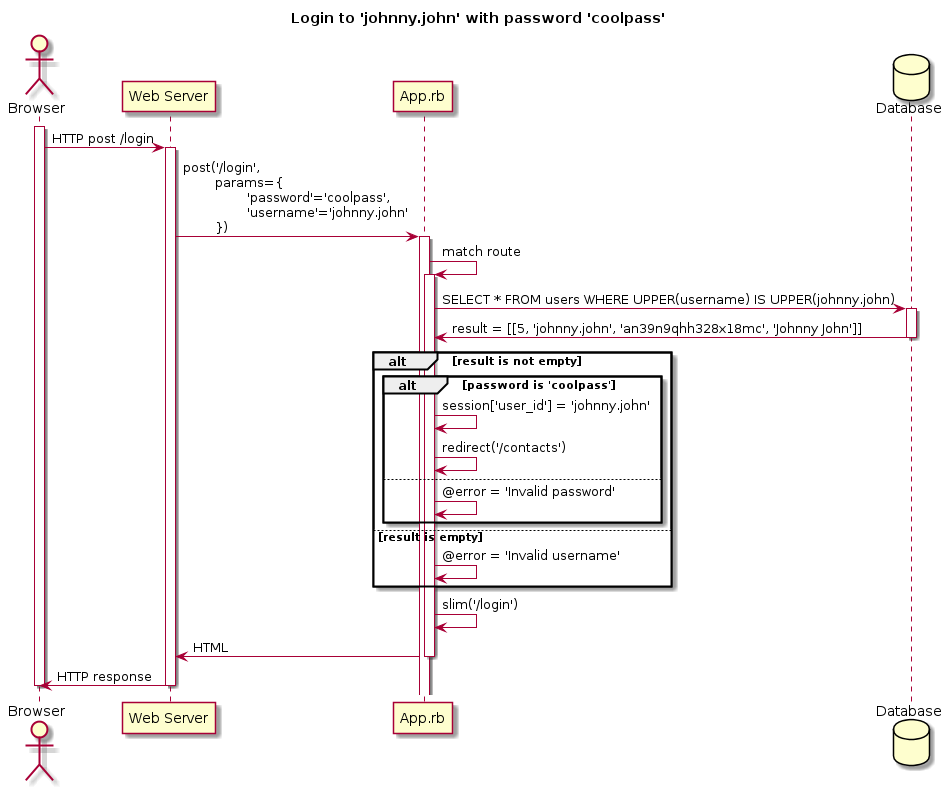
itggot-gosta-larsson/webbserver-slutprojekt keeps this PlantUML diagram as diagrams/login/login.png. Above is the earlier version. The source it was exported from:
```plantuml
@startuml login
    title Login to 'johnny.john' with password 'coolpass'

    actor Browser
    participant "Web Server"
    participant App.rb
    database Database

    activate Browser
    Browser -> "Web Server": HTTP post /login
    activate "Web Server"
    "Web Server" -> App.rb: post('/login', \n\tparams={\n\t\t'password'='coolpass', \n\t\t'username'='johnny.john'\n\t})
    activate App.rb
    App.rb -> App.rb: match route
    activate App.rb
    App.rb -> Database: SELECT * FROM users WHERE UPPER(username) IS UPPER(johnny.john)
    activate Database
    Database -> App.rb: result = [[5, 'johnny.john', 'an39n9qhh328x18mc', 'Johnny John'&#93;]
    deactivate Database
    alt result is not empty
    alt password is 'coolpass'
    App.rb -> App.rb: session['user_id'] = 'johnny.john'
    App.rb -> App.rb: redirect('/contacts')
    else
    App.rb -> App.rb: @error = 'Invalid password'
    end
    else result is empty
    App.rb -> App.rb: @error = 'Invalid username'
    end
    App.rb -> App.rb: slim('/login')
    App.rb -> "Web Server": HTML
    deactivate App.rb
    "Web Server" -> Browser: HTTP response

    deactivate "Web Server"
    deactivate Browser
@enduml
```
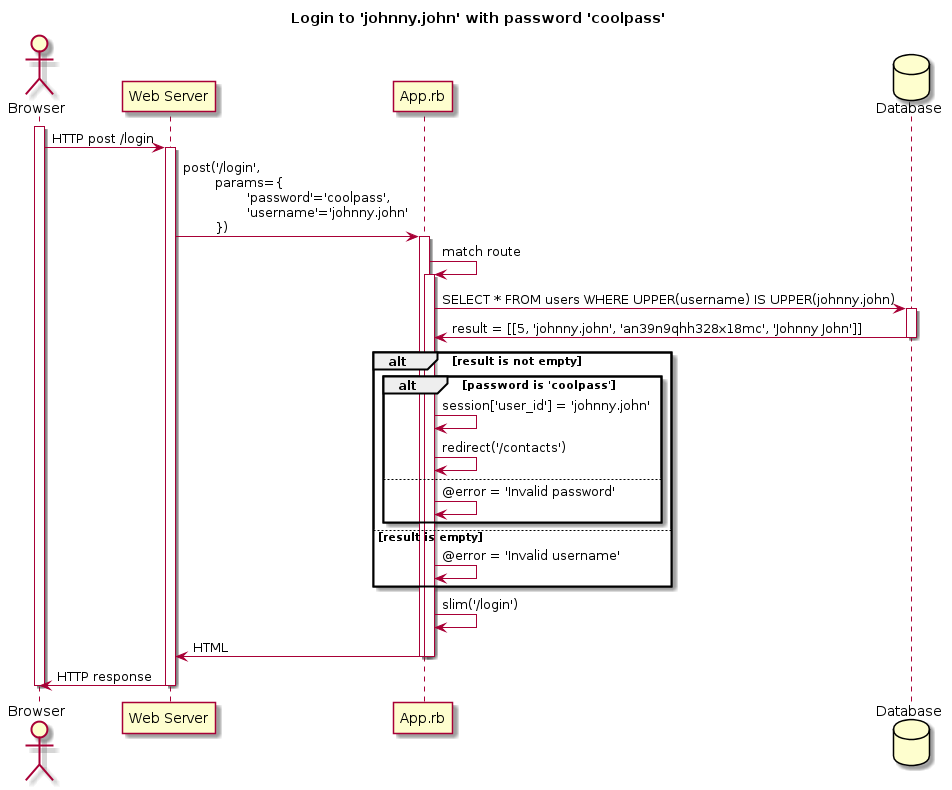
Above is the later version.

Change to the diagram source:
```diff
@@ -30,6 +30,7 @@
     App.rb -> App.rb: slim('/login')
     App.rb -> "Web Server": HTML
     deactivate App.rb
+    deactivate App.rb
     "Web Server" -> Browser: HTTP response
 
     deactivate "Web Server"
```
